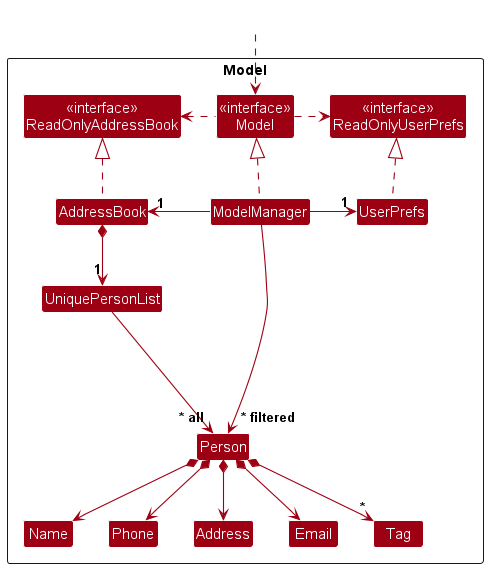
Earlier version of the PlantUML export docs/images/ModelClassDiagram.png (nus-cs2103-AY2324S2/tp).
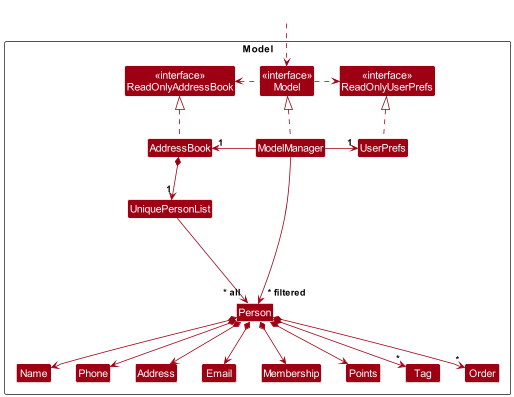
Later version of the same file.

Commit message:
Add diagrams for ModelClassDiagrams

Change to the diagram source:
```diff
@@ -18,7 +18,10 @@
 Class Email
 Class Name
 Class Phone
+Class Membership
+Class Points
 Class Tag
+Class Order
 
 Class I #FFFFFF
 }
@@ -41,7 +44,10 @@
 Person *--> Phone
 Person *--> Email
 Person *--> Address
+Person *--> Membership
+Person *--> Points
 Person *--> "*" Tag
+Person *--> "*" Order
 
 Person -[hidden]up--> I
 UniquePersonList -[hidden]right-> I
```
